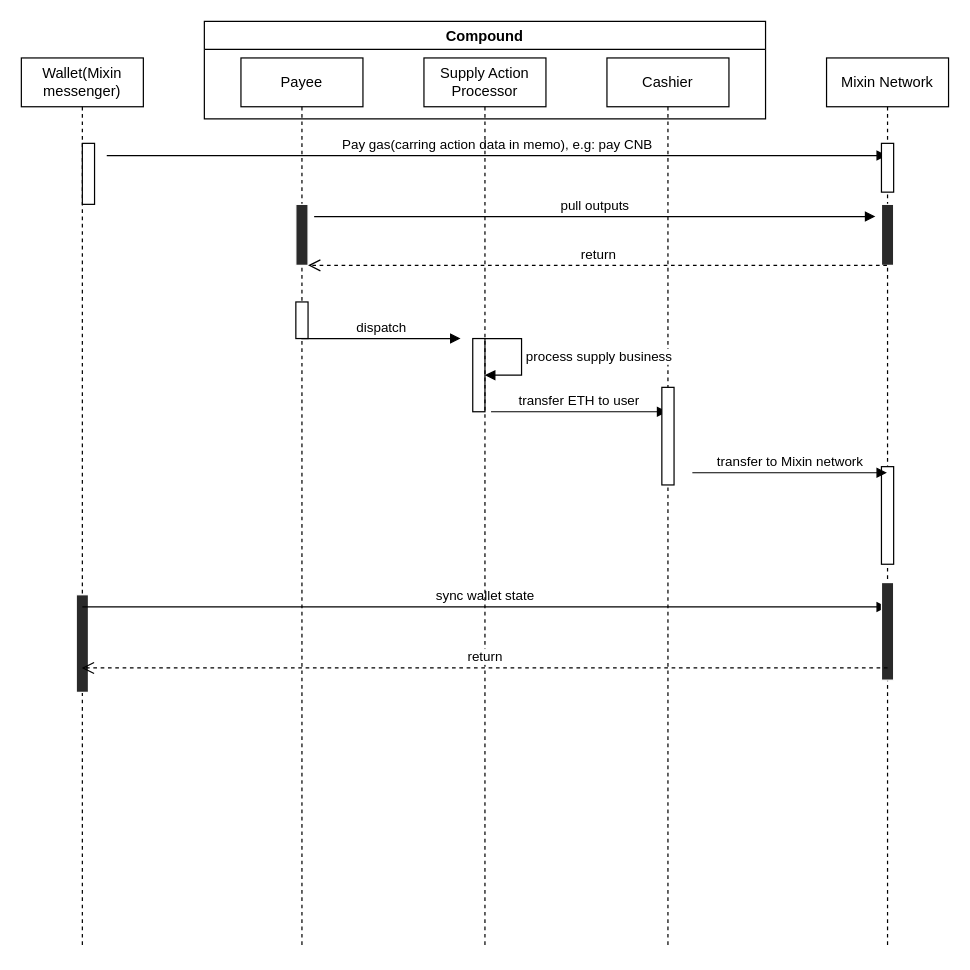
This is docs/images/tl_quick_redeem.drawio from fox-one/compound, a draw.io file, before an edit. Source tidied: cells renumbered, new cells numbered last; positions are measured from the earlier drawing's top-left corner, leaving out a move shared by most shapes. Both pictures are drawn from the tidied source at 122%, with x=0, y=0 at pixel (21, 21).
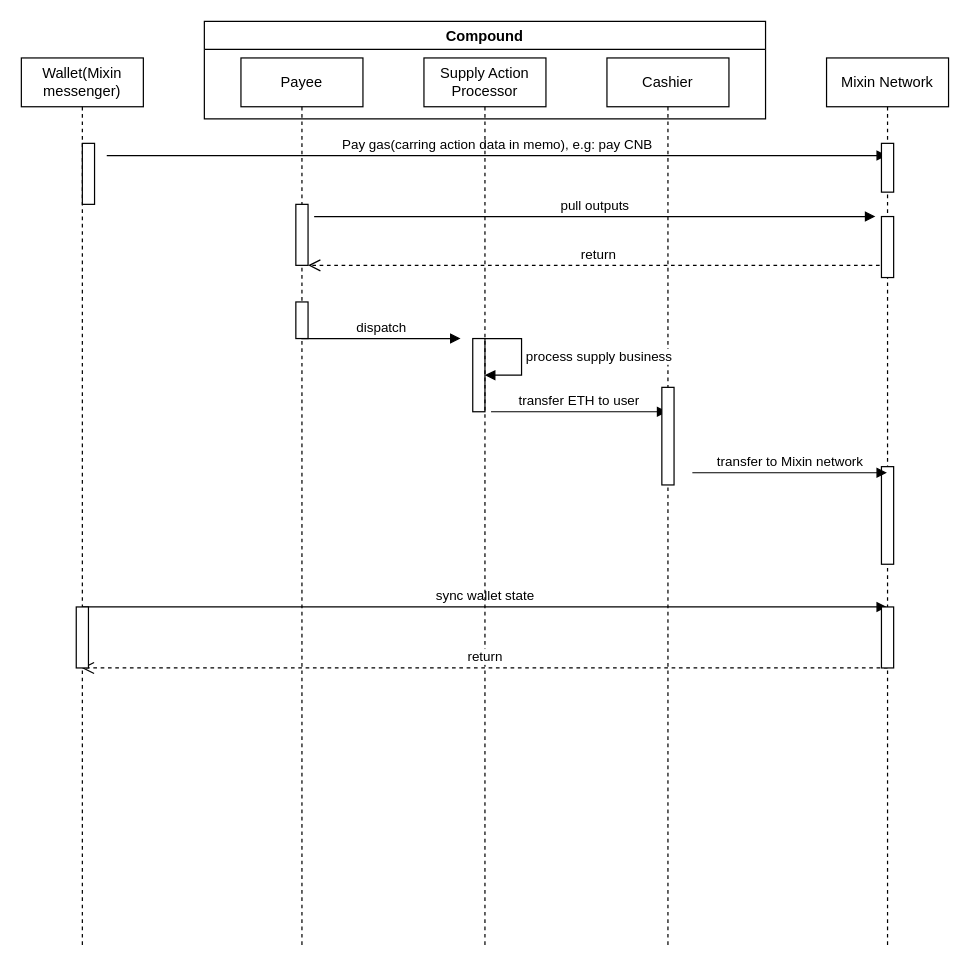
After the change.

Commit message (it also covers changes not shown here):
add quick action diagrams

Unchanged cells that the change refers to:
```xml
<mxCell id="2" value="Wallet(Mixin messenger)" style="shape=umlLifeline;perimeter=lifelinePerimeter;whiteSpace=wrap;html=1;outlineConnect=0;" parent="1" vertex="1">
  <mxGeometry y="30" width="100" height="730" as="geometry" />
</mxCell>
<mxCell id="7" value="Mixin Network" style="shape=umlLifeline;perimeter=lifelinePerimeter;whiteSpace=wrap;html=1;outlineConnect=0;" parent="1" vertex="1">
  <mxGeometry x="660" y="30" width="100" height="730" as="geometry" />
</mxCell>
<mxCell id="15" value="Payee" style="shape=umlLifeline;perimeter=lifelinePerimeter;whiteSpace=wrap;html=1;outlineConnect=0;" parent="1" vertex="1">
  <mxGeometry x="180" y="30" width="100" height="730" as="geometry" />
</mxCell>
```

What changed in the source:
```diff
@@
-    <mxCell id="5" style="html=1;perimeter=orthogonalPerimeter;strokeColor=#FFFFFF;fillColor=#2A2A2A;" parent="2" vertex="1">
-      <mxGeometry x="45" y="440" width="10" height="80" as="geometry" />
-    </mxCell>
@@
-    <mxCell id="10" style="html=1;perimeter=orthogonalPerimeter;strokeColor=#FFFFFF;fillColor=#2A2A2A;" parent="7" vertex="1">
-      <mxGeometry x="45" y="120" width="10" height="50" as="geometry" />
-    </mxCell>
-    <mxCell id="11" style="html=1;points=[];perimeter=orthogonalPerimeter;strokeColor=#FFFFFF;fillColor=#2A2A2A;" parent="7" vertex="1">
-      <mxGeometry x="45" y="430" width="10" height="80" as="geometry" />
-    </mxCell>
@@
-    <mxCell id="18" style="html=1;points=[];perimeter=orthogonalPerimeter;fillColor=#2A2A2A;strokeColor=#FFFFFF;" parent="15" vertex="1">
-      <mxGeometry x="45" y="120" width="10" height="50" as="geometry" />
-    </mxCell>
@@
-    <mxCell id="25" value="return" style="html=1;verticalAlign=bottom;endArrow=open;dashed=1;endSize=8;" parent="1" edge="1" source="7" target="18">
-      <mxGeometry relative="1" as="geometry" />
+    <mxCell id="25" value="return" style="html=1;verticalAlign=bottom;endArrow=open;dashed=1;endSize=8;" parent="1" edge="1" source="7">
+      <mxGeometry relative="1" as="geometry">
+        <mxPoint x="235" y="200" as="targetPoint" />
+      </mxGeometry>
     </mxCell>
-    <mxCell id="26" value="return" style="html=1;verticalAlign=bottom;endArrow=open;dashed=1;endSize=8;exitX=0.5;exitY=0.875;exitDx=0;exitDy=0;exitPerimeter=0;" parent="1" edge="1" source="11" target="2">
-      <mxGeometry relative="1" as="geometry" />
+    <mxCell id="26" value="return" style="html=1;verticalAlign=bottom;endArrow=open;dashed=1;endSize=8;exitX=0.5;exitY=0.875;exitDx=0;exitDy=0;exitPerimeter=0;" parent="1" edge="1" target="2">
+      <mxGeometry relative="1" as="geometry">
+        <mxPoint x="710" y="530" as="sourcePoint" />
+      </mxGeometry>
     </mxCell>
+    <mxCell id="27" style="html=1;perimeter=orthogonalPerimeter;" parent="1" vertex="1">
+      <mxGeometry x="705" y="480" width="10" height="50" as="geometry" />
+    </mxCell>
+    <mxCell id="28" style="html=1;perimeter=orthogonalPerimeter;" parent="1" vertex="1">
+      <mxGeometry x="45" y="480" width="10" height="50" as="geometry" />
+    </mxCell>
+    <mxCell id="29" style="html=1;perimeter=orthogonalPerimeter;" parent="1" vertex="1">
+      <mxGeometry x="705" y="160" width="10" height="50" as="geometry" />
+    </mxCell>
+    <mxCell id="30" style="html=1;perimeter=orthogonalPerimeter;" parent="1" vertex="1">
+      <mxGeometry x="225" y="150" width="10" height="50" as="geometry" />
+    </mxCell>
```
